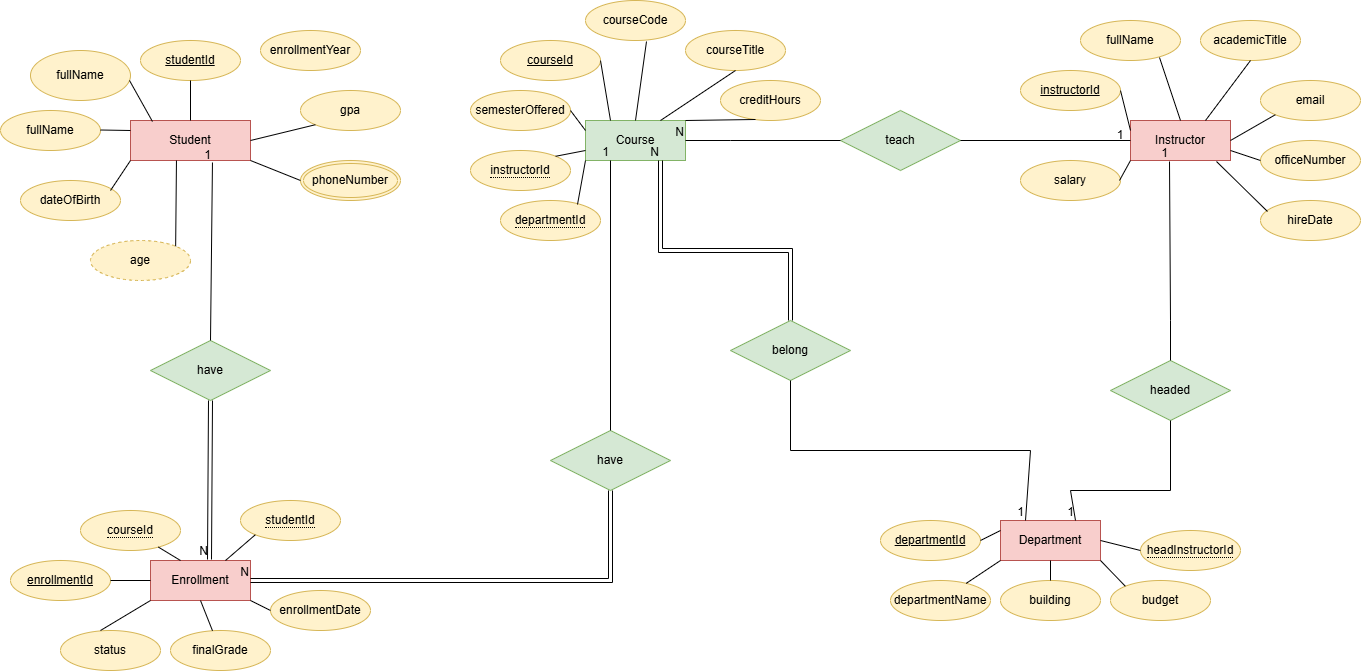
The draw.io diagram University Management System/University System ERD.drawio.png in widaadalhandasi-wq/Bakend-System-ERD-Models, before a commit. Source tidied: cells renumbered, new cells last; positions are measured from the earlier drawing's top-left corner, leaving out a move shared by most shapes.
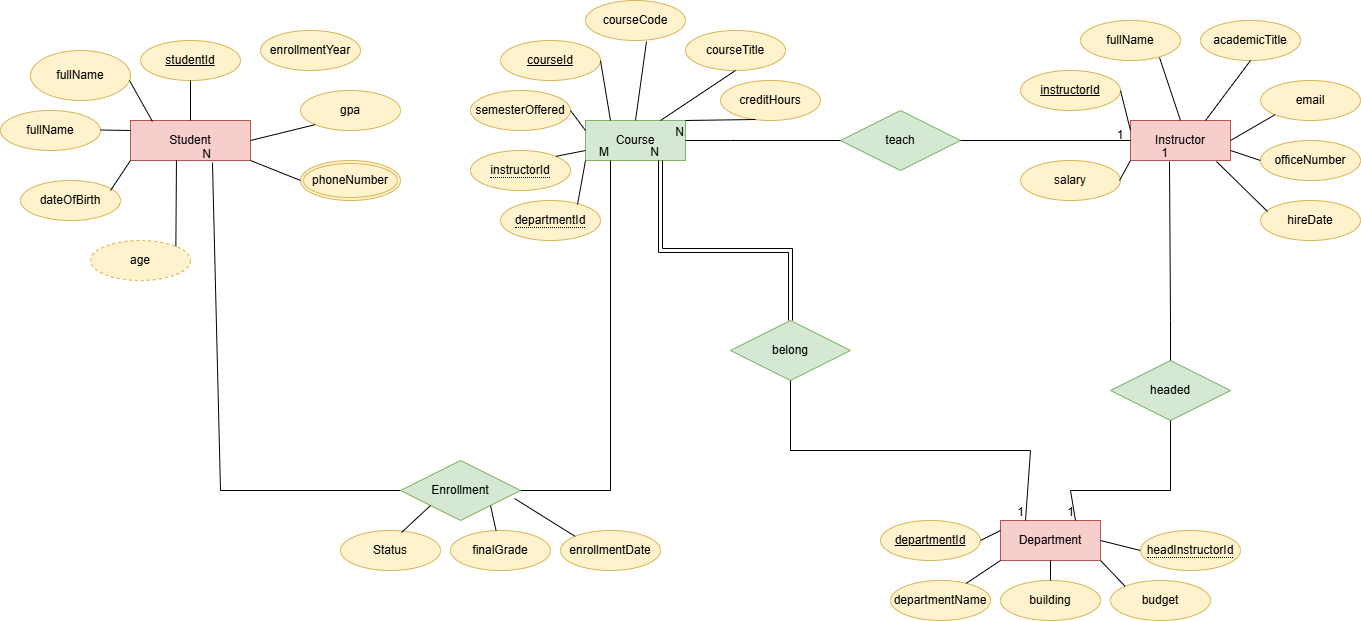
After the commit.

Change to the diagram source:
```diff
@@ -5,9 +5,6 @@
     <mxCell id="2" value="Student" style="whiteSpace=wrap;html=1;align=center;fillColor=#f8cecc;strokeColor=#b85450;" parent="1" vertex="1">
       <mxGeometry x="130" y="120" width="120" height="40" as="geometry" />
     </mxCell>
-    <mxCell id="3" value="Enrollment" style="whiteSpace=wrap;html=1;align=center;fillColor=#f8cecc;strokeColor=#b85450;" parent="1" vertex="1">
-      <mxGeometry x="150" y="560" width="100" height="40" as="geometry" />
-    </mxCell>
     <mxCell id="4" value="Department" style="whiteSpace=wrap;html=1;align=center;fillColor=#f8cecc;strokeColor=#b85450;" parent="1" vertex="1">
       <mxGeometry x="1000" y="520" width="100" height="40" as="geometry" />
     </mxCell>
@@ -17,9 +14,6 @@
     <mxCell id="6" value="Course" style="whiteSpace=wrap;html=1;align=center;fillColor=#d5e8d4;strokeColor=#82b366;" parent="1" vertex="1">
       <mxGeometry x="585" y="120" width="100" height="40" as="geometry" />
     </mxCell>
-    <mxCell id="7" value="have" style="shape=rhombus;perimeter=rhombusPerimeter;whiteSpace=wrap;html=1;align=center;fillColor=#d5e8d4;strokeColor=#82b366;" parent="1" vertex="1">
-      <mxGeometry x="550" y="430" width="120" height="60" as="geometry" />
-    </mxCell>
     <mxCell id="8" value="headed" style="shape=rhombus;perimeter=rhombusPerimeter;whiteSpace=wrap;html=1;align=center;fillColor=#d5e8d4;strokeColor=#82b366;" parent="1" vertex="1">
       <mxGeometry x="1110" y="360" width="120" height="60" as="geometry" />
     </mxCell>
@@ -29,9 +23,6 @@
     <mxCell id="10" value="belong" style="shape=rhombus;perimeter=rhombusPerimeter;whiteSpace=wrap;html=1;align=center;fillColor=#d5e8d4;strokeColor=#82b366;" parent="1" vertex="1">
       <mxGeometry x="730" y="320" width="120" height="60" as="geometry" />
     </mxCell>
-    <mxCell id="11" value="have" style="shape=rhombus;perimeter=rhombusPerimeter;whiteSpace=wrap;html=1;align=center;fillColor=#d5e8d4;strokeColor=#82b366;" parent="1" vertex="1">
-      <mxGeometry x="150" y="340" width="120" height="60" as="geometry" />
-    </mxCell>
     <mxCell id="12" value="enrollmentYear" style="ellipse;whiteSpace=wrap;html=1;align=center;fillColor=#fff2cc;strokeColor=#d6b656;" parent="1" vertex="1">
       <mxGeometry x="260" y="30" width="100" height="40" as="geometry" />
     </mxCell>
@@ -92,9 +83,6 @@
     <mxCell id="31" value="departmentId" style="ellipse;whiteSpace=wrap;html=1;align=center;fontStyle=4;fillColor=#fff2cc;strokeColor=#d6b656;" parent="1" vertex="1">
       <mxGeometry x="880" y="520" width="100" height="40" as="geometry" />
     </mxCell>
-    <mxCell id="32" value="enrollmentId" style="ellipse;whiteSpace=wrap;html=1;align=center;fontStyle=4;fillColor=#fff2cc;strokeColor=#d6b656;" parent="1" vertex="1">
-      <mxGeometry x="10" y="560" width="100" height="40" as="geometry" />
-    </mxCell>
     <mxCell id="33" value="departmentName" style="ellipse;whiteSpace=wrap;html=1;align=center;fillColor=#fff2cc;strokeColor=#d6b656;" parent="1" vertex="1">
       <mxGeometry x="890" y="580" width="100" height="40" as="geometry" />
     </mxCell>
@@ -104,46 +92,29 @@
     <mxCell id="35" value="budget" style="ellipse;whiteSpace=wrap;html=1;align=center;fillColor=#fff2cc;strokeColor=#d6b656;" parent="1" vertex="1">
       <mxGeometry x="1110" y="580" width="100" height="40" as="geometry" />
     </mxCell>
-    <mxCell id="36" value="status" style="ellipse;whiteSpace=wrap;html=1;align=center;fillColor=#fff2cc;strokeColor=#d6b656;" parent="1" vertex="1">
-      <mxGeometry x="60" y="630" width="100" height="40" as="geometry" />
-    </mxCell>
-    <mxCell id="37" value="finalGrade" style="ellipse;whiteSpace=wrap;html=1;align=center;fillColor=#fff2cc;strokeColor=#d6b656;" parent="1" vertex="1">
-      <mxGeometry x="170" y="630" width="100" height="40" as="geometry" />
-    </mxCell>
-    <mxCell id="38" value="enrollmentDate" style="ellipse;whiteSpace=wrap;html=1;align=center;fillColor=#fff2cc;strokeColor=#d6b656;" parent="1" vertex="1">
-      <mxGeometry x="270" y="590" width="100" height="40" as="geometry" />
-    </mxCell>
     <mxCell id="39" value="academicTitle" style="ellipse;whiteSpace=wrap;html=1;align=center;fillColor=#fff2cc;strokeColor=#d6b656;" parent="1" vertex="1">
       <mxGeometry x="1200" y="20" width="100" height="40" as="geometry" />
     </mxCell>
-    <mxCell id="40" style="endArrow=none;html=1;rounded=0;exitX=0.5;exitY=0;exitDx=0;exitDy=0;entryX=0.683;entryY=1.05;entryDx=0;entryDy=0;entryPerimeter=0;" parent="1" edge="1" source="11" target="2">
-      <mxGeometry relative="1" as="geometry" />
+    <mxCell id="40" style="endArrow=none;html=1;rounded=0;exitX=0;exitY=0.5;exitDx=0;exitDy=0;entryX=0.683;entryY=1.05;entryDx=0;entryDy=0;entryPerimeter=0;" parent="1" edge="1" source="3" target="2">
+      <mxGeometry relative="1" as="geometry">
+        <Array as="points">
+          <mxPoint x="220" y="490" />
+        </Array>
+      </mxGeometry>
     </mxCell>
-    <mxCell id="41" value="1" style="html=1;whiteSpace=wrap;align=right;verticalAlign=bottom;" parent="40" vertex="1">
+    <mxCell id="41" value="N" style="html=1;whiteSpace=wrap;align=right;verticalAlign=bottom;" parent="40" vertex="1">
       <mxGeometry x="1" relative="1" as="geometry" />
     </mxCell>
-    <mxCell id="42" style="shape=link;html=1;rounded=0;exitX=0.5;exitY=1;exitDx=0;exitDy=0;entryX=0.59;entryY=-0.025;entryDx=0;entryDy=0;entryPerimeter=0;" parent="1" edge="1" source="11" target="3">
-      <mxGeometry relative="1" as="geometry" />
-    </mxCell>
-    <mxCell id="43" value="N" style="html=1;whiteSpace=wrap;align=right;verticalAlign=bottom;" parent="42" vertex="1">
-      <mxGeometry x="1" relative="1" as="geometry" />
-    </mxCell>
-    <mxCell id="44" style="endArrow=none;html=1;rounded=0;entryX=0.25;entryY=1;entryDx=0;entryDy=0;exitX=0.5;exitY=0;exitDx=0;exitDy=0;" parent="1" edge="1" source="7" target="6">
-      <mxGeometry relative="1" as="geometry" />
+    <mxCell id="44" style="endArrow=none;html=1;rounded=0;entryX=0.25;entryY=1;entryDx=0;entryDy=0;exitX=1;exitY=0.5;exitDx=0;exitDy=0;" parent="1" edge="1" source="3" target="6">
+      <mxGeometry relative="1" as="geometry">
+        <Array as="points">
+          <mxPoint x="610" y="490" />
+        </Array>
+      </mxGeometry>
     </mxCell>
-    <mxCell id="45" value="1" style="html=1;whiteSpace=wrap;align=right;verticalAlign=bottom;" parent="44" vertex="1">
+    <mxCell id="45" value="M" style="html=1;whiteSpace=wrap;align=right;verticalAlign=bottom;" parent="44" vertex="1">
       <mxGeometry x="1" relative="1" as="geometry" />
     </mxCell>
-    <mxCell id="46" style="shape=link;html=1;rounded=0;entryX=1;entryY=0.5;entryDx=0;entryDy=0;exitX=0.5;exitY=1;exitDx=0;exitDy=0;" parent="1" edge="1" source="7" target="3">
-      <mxGeometry relative="1" as="geometry">
-        <Array as="points">
-          <mxPoint x="610" y="580" />
-        </Array>
-      </mxGeometry>
-    </mxCell>
-    <mxCell id="47" value="N" style="html=1;whiteSpace=wrap;align=right;verticalAlign=bottom;" parent="46" vertex="1">
-      <mxGeometry x="1" relative="1" as="geometry" />
-    </mxCell>
     <mxCell id="48" style="shape=link;html=1;rounded=0;entryX=0.75;entryY=1;entryDx=0;entryDy=0;exitX=0.5;exitY=0;exitDx=0;exitDy=0;" parent="1" edge="1" source="10" target="6">
       <mxGeometry relative="1" as="geometry">
         <Array as="points">
@@ -190,22 +161,6 @@
     <mxCell id="58" style="endArrow=none;html=1;rounded=0;entryX=0;entryY=1;entryDx=0;entryDy=0;exitX=1;exitY=0.5;exitDx=0;exitDy=0;" parent="1" edge="1" source="2" target="13">
       <mxGeometry relative="1" as="geometry" />
     </mxCell>
-    <mxCell id="59" style="endArrow=none;html=1;rounded=0;entryX=0;entryY=0.5;entryDx=0;entryDy=0;" parent="1" edge="1" target="3">
-      <mxGeometry relative="1" as="geometry">
-        <mxPoint x="110" y="580" as="sourcePoint" />
-      </mxGeometry>
-    </mxCell>
-    <mxCell id="60" style="endArrow=none;html=1;rounded=0;entryX=0;entryY=1;entryDx=0;entryDy=0;" parent="1" edge="1" target="3">
-      <mxGeometry relative="1" as="geometry">
-        <mxPoint x="100" y="630" as="sourcePoint" />
-      </mxGeometry>
-    </mxCell>
-    <mxCell id="61" style="endArrow=none;html=1;rounded=0;entryX=0.5;entryY=1;entryDx=0;entryDy=0;" parent="1" edge="1" source="37" target="3">
-      <mxGeometry relative="1" as="geometry" />
-    </mxCell>
-    <mxCell id="62" style="endArrow=none;html=1;rounded=0;entryX=1;entryY=1;entryDx=0;entryDy=0;exitX=0;exitY=0.5;exitDx=0;exitDy=0;" parent="1" edge="1" source="38" target="3">
-      <mxGeometry relative="1" as="geometry" />
-    </mxCell>
     <mxCell id="63" style="endArrow=none;html=1;rounded=0;entryX=1;entryY=0;entryDx=0;entryDy=0;exitX=0.35;exitY=0.975;exitDx=0;exitDy=0;exitPerimeter=0;" parent="1" edge="1" source="23" target="6">
       <mxGeometry relative="1" as="geometry" />
     </mxCell>
@@ -314,19 +269,26 @@
     <mxCell id="92" style="endArrow=none;html=1;rounded=0;entryX=1;entryY=0.5;entryDx=0;entryDy=0;exitX=0;exitY=0.25;exitDx=0;exitDy=0;" parent="1" edge="1" source="6" target="24">
       <mxGeometry relative="1" as="geometry" />
     </mxCell>
-    <mxCell id="93" value="&lt;span style=&quot;border-bottom: 1px dotted;&quot;&gt;studentId&lt;/span&gt;" style="ellipse;whiteSpace=wrap;html=1;align=center;fillColor=#fff2cc;strokeColor=#d6b656;" parent="1" vertex="1">
-      <mxGeometry x="240" y="500" width="100" height="40" as="geometry" />
-    </mxCell>
-    <mxCell id="94" value="&lt;span style=&quot;border-bottom: 1px dotted;&quot;&gt;courseId&lt;/span&gt;" style="ellipse;whiteSpace=wrap;html=1;align=center;fillColor=#fff2cc;strokeColor=#d6b656;" parent="1" vertex="1">
-      <mxGeometry x="80" y="510" width="100" height="40" as="geometry" />
-    </mxCell>
-    <mxCell id="95" style="endArrow=none;html=1;rounded=0;entryX=0;entryY=1;entryDx=0;entryDy=0;exitX=0.75;exitY=0;exitDx=0;exitDy=0;" parent="1" edge="1" source="3" target="93">
-      <mxGeometry relative="1" as="geometry" />
-    </mxCell>
-    <mxCell id="96" style="endArrow=none;html=1;rounded=0;" parent="1" edge="1" target="94">
-      <mxGeometry relative="1" as="geometry">
-        <mxPoint x="180" y="560" as="sourcePoint" />
-      </mxGeometry>
-    </mxCell>
+    <mxCell id="3" value="Enrollment" style="shape=rhombus;perimeter=rhombusPerimeter;whiteSpace=wrap;html=1;align=center;fillColor=#d5e8d4;strokeColor=#82b366;" parent="1" vertex="1">
+      <mxGeometry x="400" y="460" width="120" height="60" as="geometry" />
+    </mxCell>
+    <mxCell id="97" value="Status" style="ellipse;whiteSpace=wrap;html=1;align=center;fillColor=#fff2cc;strokeColor=#d6b656;" parent="1" vertex="1">
+      <mxGeometry x="340" y="530" width="100" height="40" as="geometry" />
+    </mxCell>
+    <mxCell id="38" value="enrollmentDate" style="ellipse;whiteSpace=wrap;html=1;align=center;fillColor=#fff2cc;strokeColor=#d6b656;" parent="1" vertex="1">
+      <mxGeometry x="560" y="530" width="100" height="40" as="geometry" />
+    </mxCell>
+    <mxCell id="37" value="finalGrade" style="ellipse;whiteSpace=wrap;html=1;align=center;fillColor=#fff2cc;strokeColor=#d6b656;" parent="1" vertex="1">
+      <mxGeometry x="450" y="530" width="100" height="40" as="geometry" />
+    </mxCell>
+    <mxCell id="98" style="endArrow=none;html=1;rounded=0;entryX=0;entryY=1;entryDx=0;entryDy=0;exitX=0.61;exitY=0.05;exitDx=0;exitDy=0;exitPerimeter=0;" parent="1" edge="1" source="97" target="3">
+      <mxGeometry relative="1" as="geometry" />
+    </mxCell>
+    <mxCell id="62" style="endArrow=none;html=1;rounded=0;entryX=0.95;entryY=0.633;entryDx=0;entryDy=0;exitX=0;exitY=0;exitDx=0;exitDy=0;entryPerimeter=0;" parent="1" edge="1" source="38" target="3">
+      <mxGeometry relative="1" as="geometry" />
+    </mxCell>
+    <mxCell id="61" style="endArrow=none;html=1;rounded=0;entryX=1;entryY=1;entryDx=0;entryDy=0;" parent="1" edge="1" source="37" target="3">
+      <mxGeometry relative="1" as="geometry" />
+    </mxCell>
   </root>
 </mxGraphModel>
```
